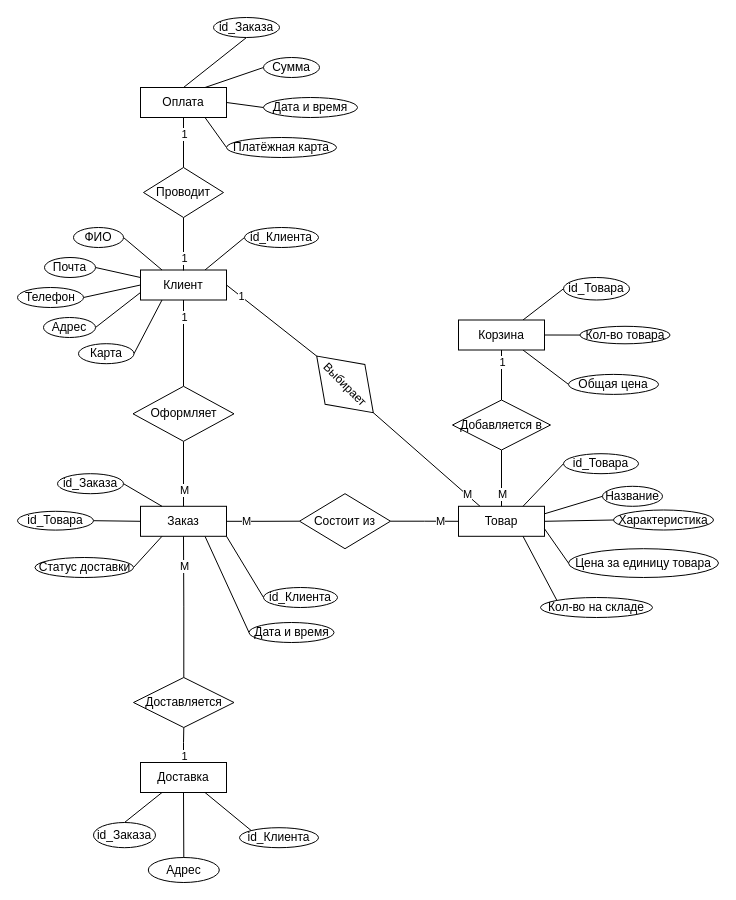
This is page "Концептуальная модель" (6 of 8) of Все диаграммы.drawio from AnnaOtchina/AnnaKyrsach, a draw.io file, before an edit. Source tidied: cells renumbered, new cells numbered last; positions are measured from the earlier drawing's top-left corner, leaving out a move shared by most shapes. Both pictures are drawn from the tidied source at 100%, with x=0, y=0 at pixel (17, 17).
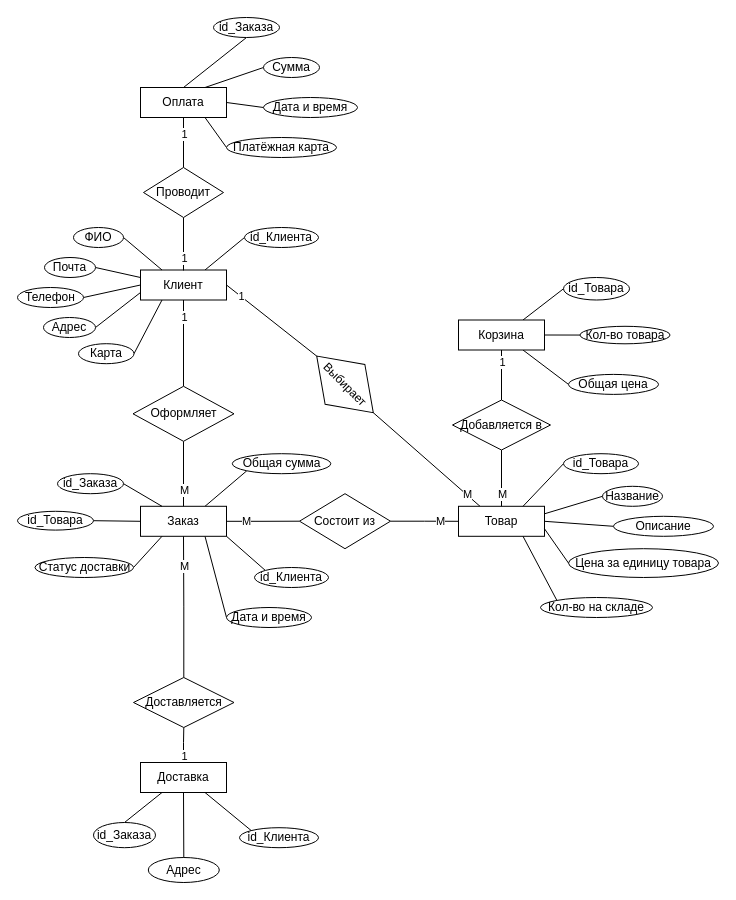
After the change.

The change refers to these unchanged cells:
```xml
<mxCell id="15" value="Заказ" style="rounded=0;whiteSpace=wrap;html=1;" parent="1" vertex="1">
  <mxGeometry x="123" y="488.8" width="86" height="30" as="geometry" />
</mxCell>
```

What changed in the source:
```diff
@@
-    <mxCell id="13" style="rounded=0;jettySize=auto;html=1;exitX=1;exitY=1;exitDx=0;exitDy=0;entryX=0;entryY=0.5;entryDx=0;entryDy=0;endArrow=none;endFill=0;" parent="1" edge="1" source="15" target="85">
+    <mxCell id="13" style="rounded=0;jettySize=auto;html=1;exitX=1;exitY=1;exitDx=0;exitDy=0;entryX=0;entryY=0;entryDx=0;entryDy=0;endArrow=none;endFill=0;" parent="1" edge="1" source="15" target="85">
       <mxGeometry relative="1" as="geometry" />
     </mxCell>
@@
+    <mxCell id="90" style="rounded=0;jettySize=auto;html=1;exitX=0.75;exitY=0;exitDx=0;exitDy=0;entryX=0;entryY=1;entryDx=0;entryDy=0;endArrow=none;endFill=0;" parent="1" edge="1" source="15" target="91">
+      <mxGeometry relative="1" as="geometry" />
+    </mxCell>
@@
-    <mxCell id="60" value="Характеристика" style="ellipse;whiteSpace=wrap;html=1;" parent="1" vertex="1">
-      <mxGeometry x="596" y="492.5" width="100" height="20" as="geometry" />
+    <mxCell id="60" value="Описание" style="ellipse;whiteSpace=wrap;html=1;" parent="1" vertex="1">
+      <mxGeometry x="596" y="498.8" width="100" height="20" as="geometry" />
     </mxCell>
@@
     <mxCell id="85" value="id_Клиента" style="ellipse;whiteSpace=wrap;html=1;" parent="1" vertex="1">
-      <mxGeometry x="246" y="570" width="74" height="20" as="geometry" />
+      <mxGeometry x="237" y="550" width="74" height="20" as="geometry" />
     </mxCell>
@@
     <mxCell id="87" value="Дата и время" style="ellipse;whiteSpace=wrap;html=1;" parent="1" vertex="1">
-      <mxGeometry x="231.5" y="605" width="85" height="20" as="geometry" />
+      <mxGeometry x="209" y="590" width="85" height="20" as="geometry" />
     </mxCell>
@@
+    <mxCell id="91" value="Общая сумма" style="ellipse;whiteSpace=wrap;html=1;" parent="1" vertex="1">
+      <mxGeometry x="214.8" y="436.2" width="98.5" height="20" as="geometry" />
+    </mxCell>
```
